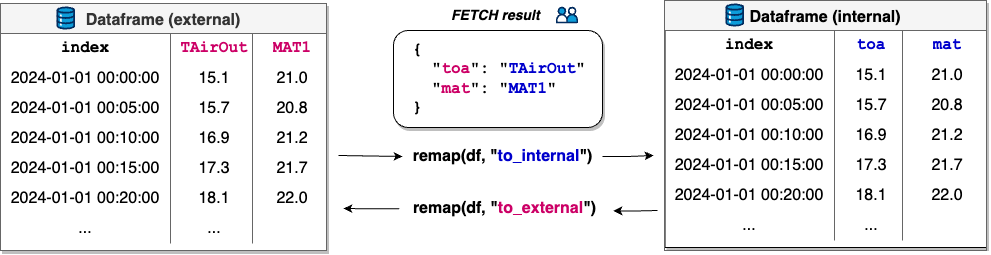
Above: docs/img/mapping.png in baeda-polito/portable-app-framework (draw.io), before the change. Source tidied: cells renumbered, new cells last; positions are measured from the earlier drawing's top-left corner, leaving out a move shared by most shapes.
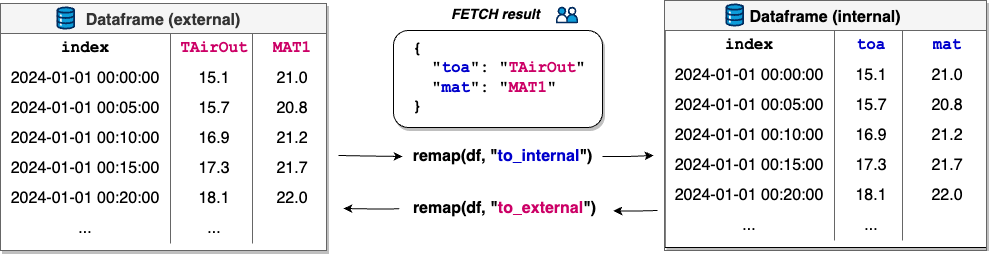
The same file after the commit.

What changed in the source:
```diff
@@ -212,7 +212,7 @@
     <mxCell id="68" value="&lt;b style=&quot;font-size: 14px;&quot;&gt;&lt;i style=&quot;font-size: 14px;&quot;&gt;FETCH result&lt;/i&gt;&lt;/b&gt;" style="text;html=1;align=left;verticalAlign=middle;strokeColor=none;fillColor=none;fontColor=#000000;fontSize=14;" parent="1" vertex="1">
       <mxGeometry x="448.5" width="107" height="29" as="geometry" />
     </mxCell>
-    <mxCell id="69" value="&lt;div style=&quot;border-color: var(--border-color); font-size: 9px;&quot;&gt;&lt;div style=&quot;border-color: var(--border-color); font-family: &amp;quot;Courier New&amp;quot;; font-size: 16px; font-weight: 700;&quot;&gt;&amp;nbsp;{&lt;/div&gt;&lt;div style=&quot;border-color: var(--border-color); font-family: &amp;quot;Courier New&amp;quot;; font-size: 16px; font-weight: 700;&quot;&gt;&lt;span style=&quot;border-color: var(--border-color); background-color: initial;&quot;&gt;&amp;nbsp; &amp;nbsp;&quot;&lt;font style=&quot;border-color: var(--border-color);&quot; color=&quot;#cc0066&quot;&gt;toa&lt;/font&gt;&quot;: &quot;&lt;font style=&quot;border-color: var(--border-color);&quot; color=&quot;#0000cc&quot;&gt;TAirOut&lt;/font&gt;&quot;&lt;/span&gt;&lt;/div&gt;&lt;div style=&quot;border-color: var(--border-color); font-family: &amp;quot;Courier New&amp;quot;; font-size: 16px; font-weight: 700;&quot;&gt;&lt;span style=&quot;border-color: var(--border-color); background-color: initial;&quot;&gt;&amp;nbsp; &amp;nbsp;&quot;&lt;font style=&quot;border-color: var(--border-color);&quot; color=&quot;#cc0066&quot;&gt;mat&lt;/font&gt;&quot;: &quot;&lt;font style=&quot;border-color: var(--border-color);&quot; color=&quot;#0000cc&quot;&gt;MAT1&lt;/font&gt;&quot;&lt;/span&gt;&lt;/div&gt;&lt;div style=&quot;border-color: var(--border-color); font-family: &amp;quot;Courier New&amp;quot;; font-size: 16px; font-weight: 700;&quot;&gt;&lt;span style=&quot;border-color: var(--border-color); background-color: initial;&quot;&gt;&amp;nbsp;}&lt;/span&gt;&lt;/div&gt;&lt;/div&gt;" style="rounded=1;whiteSpace=wrap;html=1;spacing=10;verticalAlign=middle;fontSize=9;fontFamily=Helvetica;fontColor=#000000;shadow=1;fontStyle=0;align=left;" parent="1" vertex="1">
+    <mxCell id="69" value="&lt;div style=&quot;border-color: var(--border-color); font-size: 9px;&quot;&gt;&lt;div style=&quot;border-color: var(--border-color); font-family: &amp;quot;Courier New&amp;quot;; font-size: 16px; font-weight: 700;&quot;&gt;&amp;nbsp;{&lt;/div&gt;&lt;div style=&quot;border-color: var(--border-color); font-family: &amp;quot;Courier New&amp;quot;; font-size: 16px; font-weight: 700;&quot;&gt;&lt;span style=&quot;border-color: var(--border-color); background-color: initial;&quot;&gt;&amp;nbsp; &amp;nbsp;&quot;&lt;font color=&quot;#0000cc&quot; style=&quot;border-color: var(--border-color);&quot;&gt;toa&lt;/font&gt;&quot;: &quot;&lt;font color=&quot;#cc0066&quot; style=&quot;border-color: var(--border-color);&quot;&gt;TAirOut&lt;/font&gt;&quot;&lt;/span&gt;&lt;/div&gt;&lt;div style=&quot;border-color: var(--border-color); font-family: &amp;quot;Courier New&amp;quot;; font-size: 16px; font-weight: 700;&quot;&gt;&lt;span style=&quot;border-color: var(--border-color); background-color: initial;&quot;&gt;&amp;nbsp; &amp;nbsp;&quot;&lt;font color=&quot;#0000cc&quot; style=&quot;border-color: var(--border-color);&quot;&gt;mat&lt;/font&gt;&quot;: &quot;&lt;font color=&quot;#cc0066&quot; style=&quot;border-color: var(--border-color);&quot;&gt;MAT1&lt;/font&gt;&quot;&lt;/span&gt;&lt;/div&gt;&lt;div style=&quot;border-color: var(--border-color); font-family: &amp;quot;Courier New&amp;quot;; font-size: 16px; font-weight: 700;&quot;&gt;&lt;span style=&quot;border-color: var(--border-color); background-color: initial;&quot;&gt;&amp;nbsp;}&lt;/span&gt;&lt;/div&gt;&lt;/div&gt;" style="rounded=1;whiteSpace=wrap;html=1;spacing=10;verticalAlign=middle;fontSize=9;fontFamily=Helvetica;fontColor=#000000;shadow=1;fontStyle=0;align=left;" parent="1" vertex="1">
       <mxGeometry x="393" y="30" width="209" height="97" as="geometry" />
     </mxCell>
     <mxCell id="70" style="verticalLabelPosition=bottom;html=1;shape=mxgraph.salesforce.personalization;" parent="1" vertex="1">
```
